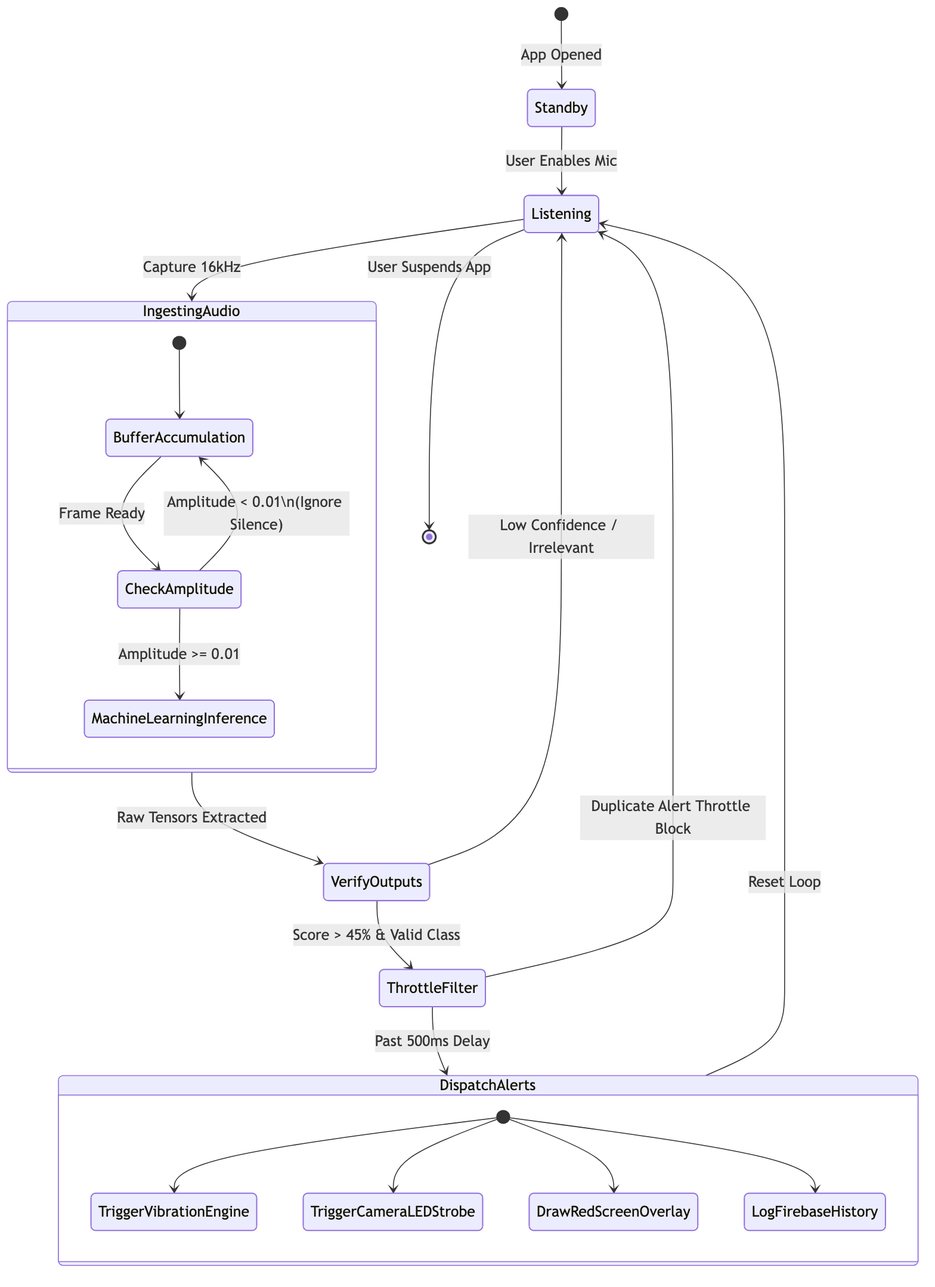
Above: hearalertt/08_activity_diagram.png in pyabu/hearalert_v1.0 (Mermaid), before the change. Its source is kept beside it as hearalertt/08_activity_diagram.mmd. The source it was exported from:
```mermaid
stateDiagram-v2
    [*] --> Standby: App Opened
    Standby --> Listening: User Enables Mic
    Listening --> IngestingAudio: Capture 16kHz

    state IngestingAudio {
        [*] --> BufferAccumulation
        BufferAccumulation --> CheckAmplitude: Frame Ready
        CheckAmplitude --> BufferAccumulation : Amplitude < 0.01\n(Ignore Silence)
        CheckAmplitude --> MachineLearningInference : Amplitude >= 0.01
    }

    IngestingAudio --> VerifyOutputs: Raw Tensors Extracted
    VerifyOutputs --> ThrottleFilter: Score > 45% & Valid Class
    VerifyOutputs --> Listening: Low Confidence / Irrelevant

    ThrottleFilter --> DispatchAlerts: Past 500ms Delay
    ThrottleFilter --> Listening: Duplicate Alert Throttle Block

    state DispatchAlerts {
        [*] --> TriggerVibrationEngine
        [*] --> TriggerCameraLEDStrobe
        [*] --> DrawRedScreenOverlay
        [*] --> LogFirebaseHistory
    }

    DispatchAlerts --> Listening: Reset Loop
    Listening --> [*]: User Suspends App
```
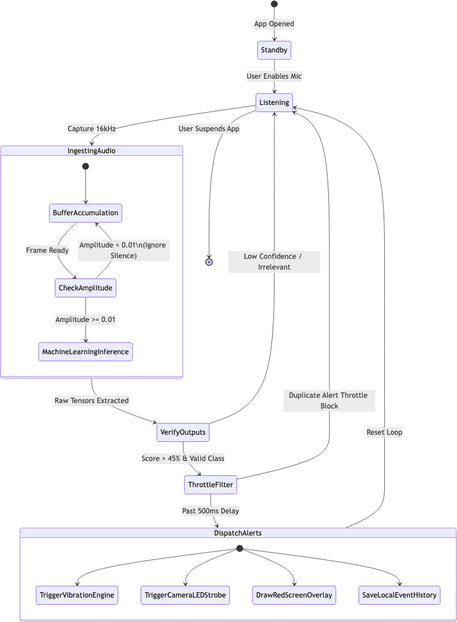
The same file after the commit.

Diff of the diagram source:
```diff
@@ -21,7 +21,7 @@
         [*] --> TriggerVibrationEngine
         [*] --> TriggerCameraLEDStrobe
         [*] --> DrawRedScreenOverlay
-        [*] --> LogFirebaseHistory
+        [*] --> SaveLocalEventHistory
     }
 
     DispatchAlerts --> Listening: Reset Loop
```
